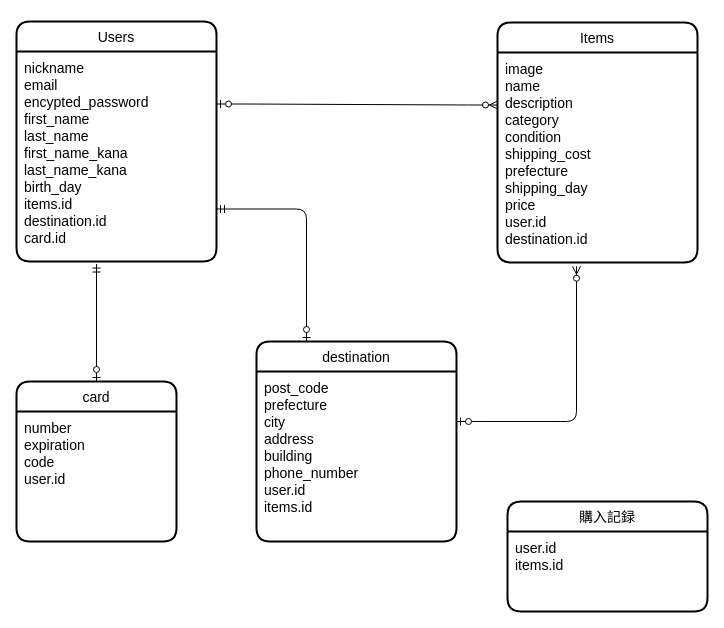
The draw.io diagram .dio in ryoya-mineshima/furima-32838, before the edit. Source tidied: cells renumbered, new cells numbered last; positions are measured from the earlier drawing's top-left corner, leaving out a move shared by most shapes. Both pictures are drawn from the tidied source at 100%, with x=0, y=0 at pixel (16, 21).
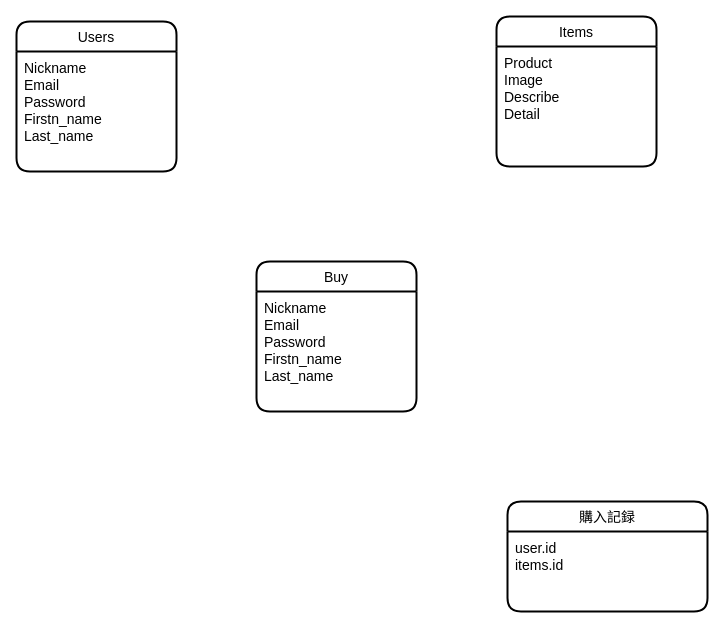
After the change.

The edit, as a diff of the source:
```diff
@@
 <mxGraphModel>
   <root>
     <mxCell id="0" />
     <mxCell id="1" parent="0" />
     <mxCell id="2" value="Users" style="swimlane;horizontal=1;startSize=30;rounded=1;fontSize=14;fontStyle=0;strokeWidth=2;shadow=0;dashed=0;align=center;sketch=0;" parent="1" vertex="1">
-      <mxGeometry width="200" height="240" as="geometry" />
+      <mxGeometry width="160" height="150" as="geometry" />
     </mxCell>
-    <mxCell id="3" value="nickname&#10;email&#10;encypted_password&#10;first_name&#10;last_name&#10;first_name_kana&#10;last_name_kana&#10;birth_day&#10;items.id&#10;destination.id&#10;card.id" style="align=left;strokeColor=none;fillColor=none;spacingLeft=4;fontSize=14;verticalAlign=top;spacingTop=0;spacingBottom=0;spacing=4;" parent="2" vertex="1">
-      <mxGeometry y="30" width="200" height="210" as="geometry" />
+    <mxCell id="3" value="Nickname&#10;Email&#10;Password&#10;Firstn_name&#10;Last_name" style="align=left;strokeColor=none;fillColor=none;spacingLeft=4;fontSize=14;verticalAlign=top;spacingTop=0;spacingBottom=0;spacing=4;" parent="2" vertex="1">
+      <mxGeometry y="30" width="160" height="120" as="geometry" />
     </mxCell>
     <mxCell id="4" value="Items" style="swimlane;horizontal=1;startSize=30;rounded=1;fontSize=14;fontStyle=0;strokeWidth=2;shadow=0;dashed=0;align=center;sketch=0;" parent="1" vertex="1">
-      <mxGeometry x="481" y="1" width="200" height="240" as="geometry" />
+      <mxGeometry x="480" y="-5" width="160" height="150" as="geometry" />
     </mxCell>
-    <mxCell id="5" value="image&#10;name&#10;description&#10;category&#10;condition&#10;shipping_cost&#10;prefecture&#10;shipping_day&#10;price&#10;user.id&#10;destination.id" style="align=left;strokeColor=none;fillColor=none;spacingLeft=4;fontSize=14;verticalAlign=top;spacingTop=0;spacingBottom=0;spacing=4;" parent="4" vertex="1">
-      <mxGeometry y="30" width="200" height="210" as="geometry" />
+    <mxCell id="5" value="Product&#10;Image&#10;Describe&#10;Detail&#10;" style="align=left;strokeColor=none;fillColor=none;spacingLeft=4;fontSize=14;verticalAlign=top;spacingTop=0;spacingBottom=0;spacing=4;" parent="4" vertex="1">
+      <mxGeometry y="30" width="160" height="120" as="geometry" />
     </mxCell>
-    <mxCell id="6" value="card" style="swimlane;horizontal=1;startSize=30;rounded=1;fontSize=14;fontStyle=0;strokeWidth=2;shadow=0;dashed=0;align=center;sketch=0;" parent="1" vertex="1">
-      <mxGeometry y="360" width="160" height="160" as="geometry" />
+    <mxCell id="6" value="Buy" style="swimlane;horizontal=1;startSize=30;rounded=1;fontSize=14;fontStyle=0;strokeWidth=2;shadow=0;dashed=0;align=center;sketch=0;" parent="1" vertex="1">
+      <mxGeometry x="240" y="240" width="160" height="150" as="geometry" />
     </mxCell>
-    <mxCell id="7" value="number&#10;expiration&#10;code&#10;user.id" style="align=left;strokeColor=none;fillColor=none;spacingLeft=4;fontSize=14;verticalAlign=top;spacingTop=0;spacingBottom=0;spacing=4;" parent="6" vertex="1">
-      <mxGeometry y="30" width="160" height="130" as="geometry" />
+    <mxCell id="7" value="Nickname&#10;Email&#10;Password&#10;Firstn_name&#10;Last_name" style="align=left;strokeColor=none;fillColor=none;spacingLeft=4;fontSize=14;verticalAlign=top;spacingTop=0;spacingBottom=0;spacing=4;" parent="6" vertex="1">
+      <mxGeometry y="30" width="160" height="120" as="geometry" />
     </mxCell>
-    <mxCell id="8" value="destination" style="swimlane;horizontal=1;startSize=30;rounded=1;fontSize=14;fontStyle=0;strokeWidth=2;shadow=0;dashed=0;align=center;sketch=0;" parent="1" vertex="1">
-      <mxGeometry x="240" y="320" width="200" height="200" as="geometry" />
-    </mxCell>
-    <mxCell id="9" value="post_code&#10;prefecture&#10;city&#10;address&#10;building&#10;phone_number&#10;user.id&#10;items.id" style="align=left;strokeColor=none;fillColor=none;spacingLeft=4;fontSize=14;verticalAlign=top;spacingTop=0;spacingBottom=0;spacing=4;" parent="8" vertex="1">
-      <mxGeometry y="30" width="200" height="170" as="geometry" />
-    </mxCell>
-    <mxCell id="10" style="edgeStyle=orthogonalEdgeStyle;fontSize=12;html=1;endArrow=ERzeroToMany;startArrow=ERzeroToOne;entryX=0.395;entryY=1.018;entryDx=0;entryDy=0;entryPerimeter=0;exitX=1;exitY=0.294;exitDx=0;exitDy=0;exitPerimeter=0;" parent="1" edge="1" source="9" target="5">
-      <mxGeometry relative="1" as="geometry" />
-    </mxCell>
-    <mxCell id="11" style="edgeStyle=orthogonalEdgeStyle;fontSize=12;html=1;endArrow=ERzeroToOne;startArrow=ERmandOne;exitX=1;exitY=0.75;exitDx=0;exitDy=0;entryX=0.25;entryY=0;entryDx=0;entryDy=0;" parent="1" edge="1" source="3" target="8">
-      <mxGeometry relative="1" as="geometry" />
-    </mxCell>
-    <mxCell id="12" style="fontSize=12;html=1;endArrow=ERzeroToOne;startArrow=ERmandOne;entryX=0.5;entryY=0;entryDx=0;entryDy=0;exitX=0.4;exitY=1.012;exitDx=0;exitDy=0;exitPerimeter=0;" parent="1" edge="1" source="3" target="6">
-      <mxGeometry relative="1" as="geometry" />
-    </mxCell>
-    <mxCell id="13" style="edgeStyle=entityRelationEdgeStyle;fontSize=12;html=1;endArrow=ERzeroToMany;startArrow=ERzeroToOne;exitX=1;exitY=0.25;exitDx=0;exitDy=0;entryX=0;entryY=0.25;entryDx=0;entryDy=0;" parent="1" edge="1" source="3" target="5">
-      <mxGeometry relative="1" as="geometry" />
-    </mxCell>
     <mxCell id="14" value="購入記録" style="swimlane;horizontal=1;startSize=30;rounded=1;fontSize=14;fontStyle=0;strokeWidth=2;shadow=0;dashed=0;align=center;sketch=0;" parent="1" vertex="1">
       <mxGeometry x="491" y="480" width="200" height="110" as="geometry" />
     </mxCell>
     <mxCell id="15" value="user.id&#10;items.id" style="align=left;strokeColor=none;fillColor=none;spacingLeft=4;fontSize=14;verticalAlign=top;spacingTop=0;spacingBottom=0;spacing=4;" parent="14" vertex="1">
       <mxGeometry y="30" width="200" height="80" as="geometry" />
     </mxCell>
   </root>
 </mxGraphModel>
```
